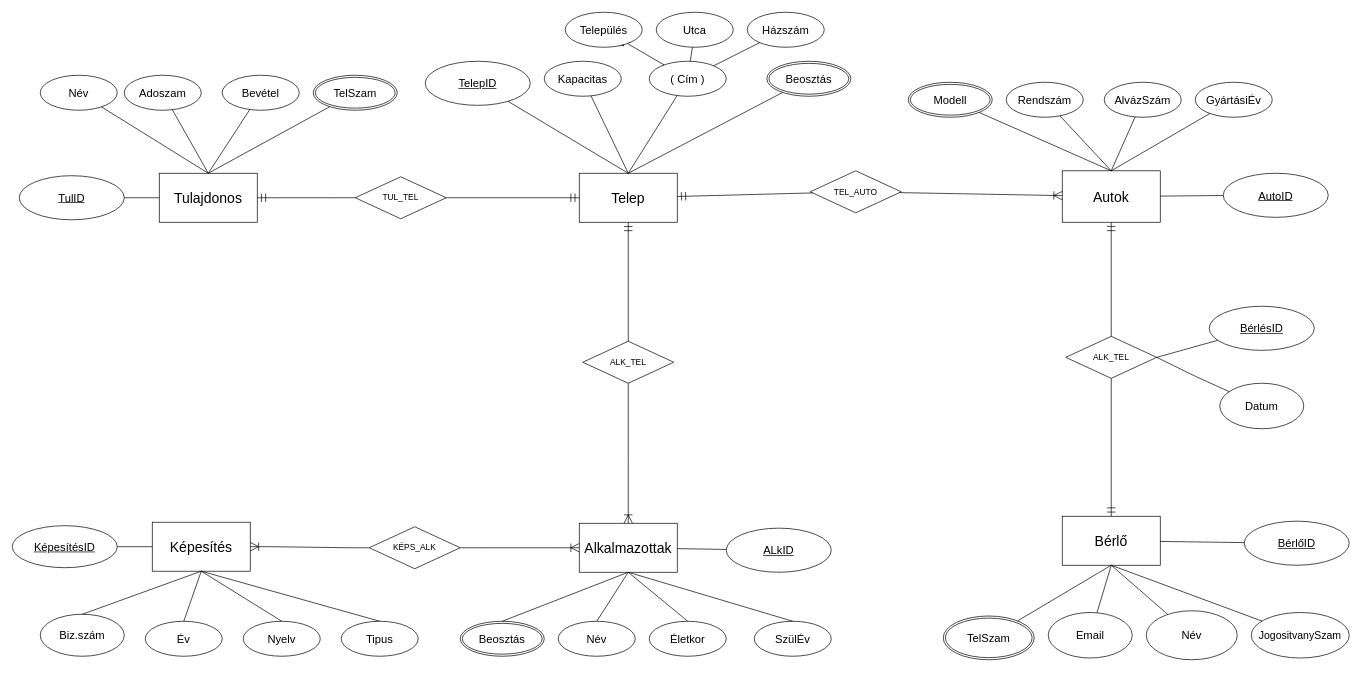
Earlier version of the draw.io diagram XMLTaskH2Z4X3/ERDiagram.drawio (PazmanAndras/H2Z4X3_XMLGyak). Source tidied: cells renumbered, new cells numbered last; positions are measured from the earlier drawing's top-left corner, leaving out a move shared by most shapes. Both pictures are drawn from the tidied source at 70%, with x=0, y=0 at pixel (12, 12).
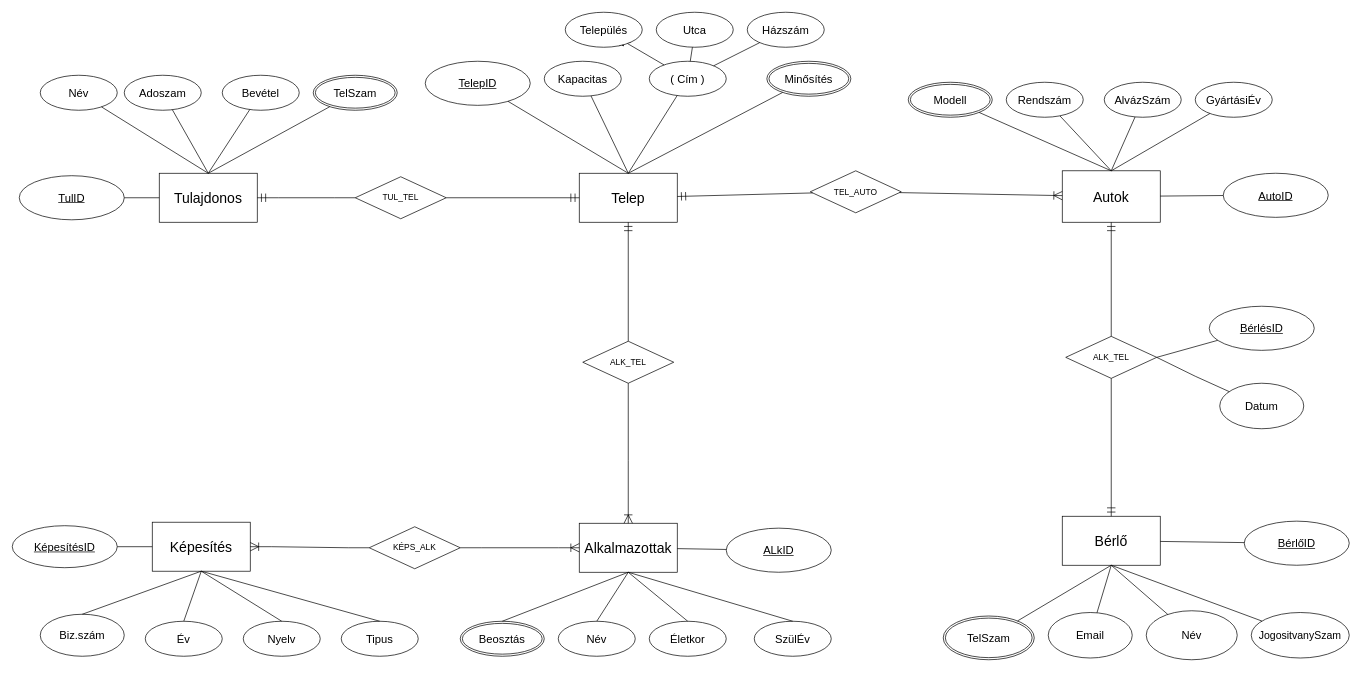
The same diagram, later.

What changed in the source:
```diff
@@
-    <mxCell id="29" value="&lt;font style=&quot;font-size: 16px;&quot;&gt;Beosztás&lt;/font&gt;" style="ellipse;shape=doubleEllipse;margin=3;whiteSpace=wrap;html=1;align=center;" parent="1" vertex="1">
+    <mxCell id="29" value="&lt;span style=&quot;font-size: 16px;&quot;&gt;Minősítés&lt;/span&gt;" style="ellipse;shape=doubleEllipse;margin=3;whiteSpace=wrap;html=1;align=center;" parent="1" vertex="1">
       <mxGeometry x="1078" y="70" width="120" height="50" as="geometry" />
     </mxCell>
```
